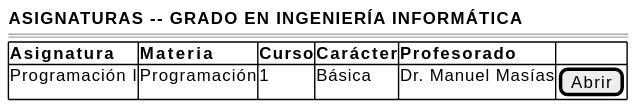
Above: images/RUP/01-requisitos/03-detalle-casos-uso/abrirAsignaturasGrado/wireframe.svg in mmasias/pyCeldaPublico (PlantUML), before the change. Its diagram source:
```plantuml
@startsalt abrirAsignaturasGrado-wireframe
{
    <b>ASIGNATURAS -- GRADO EN INGENIERÍA INFORMÁTICA</b>
    ====
    {#
        <b>Asignatura | <b>Materia | <b>Curso | <b>Carácter | <b>Profesorado | .
        Programación I | Programación | 1 | Básica | Dr. Manuel Masías | [Abrir]
    }
}
@endsalt
```
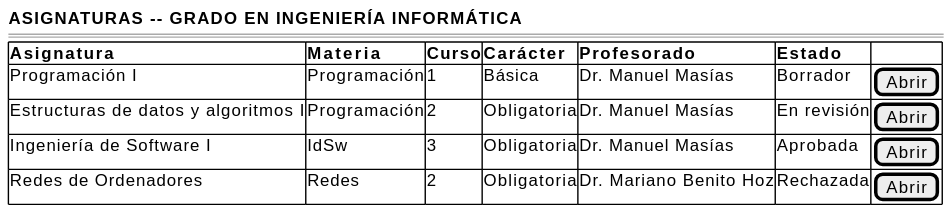
The same file after the commit.

Change to the diagram source:
```diff
@@ -3,8 +3,12 @@
     <b>ASIGNATURAS -- GRADO EN INGENIERÍA INFORMÁTICA</b>
     ====
     {#
-        <b>Asignatura | <b>Materia | <b>Curso | <b>Carácter | <b>Profesorado | .
-        Programación I | Programación | 1 | Básica | Dr. Manuel Masías | [Abrir]
+    <b>Asignatura                          | <b>Materia    | <b>Curso  | <b>Carácter | <b>Profesorado      |<b>Estado| .
+    Programación I                         | Programación  | 1         | Básica | Dr. Manuel Masías        |Borrador| [Abrir]
+    Estructuras de datos y algoritmos I    | Programación  | 2         | Obligatoria | Dr. Manuel Masías   |En revisión| [Abrir]
+    Ingeniería de Software I               | IdSw          | 3         | Obligatoria | Dr. Manuel Masías   |Aprobada| [Abrir]
+    Redes de Ordenadores                   | Redes         | 2         | Obligatoria | Dr. Mariano Benito Hoz |Rechazada| [Abrir]
+
     }
 }
 @endsalt
```
